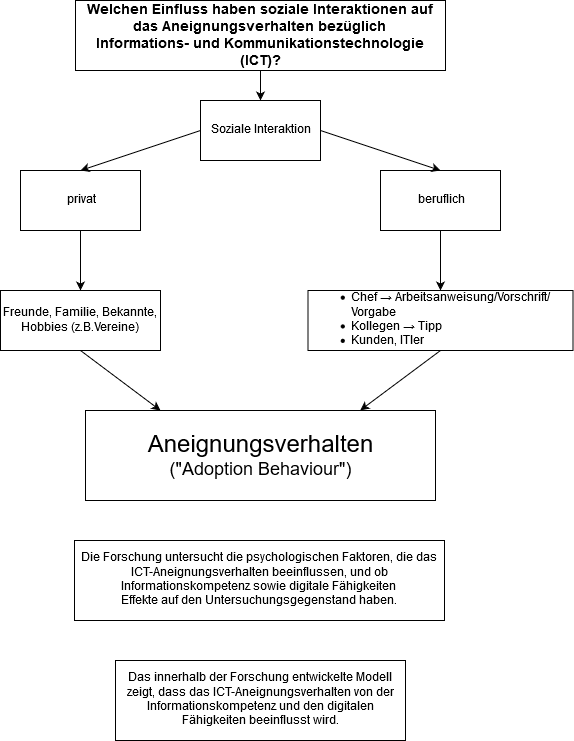
Before: FaktorenraumICT2.png, a diagram exported from draw.io (jfreudenhammer/ICTamArbeitsplatzWS1920). Source tidied: cells renumbered, new cells last; positions are measured from the earlier drawing's top-left corner, leaving out a move shared by most shapes.
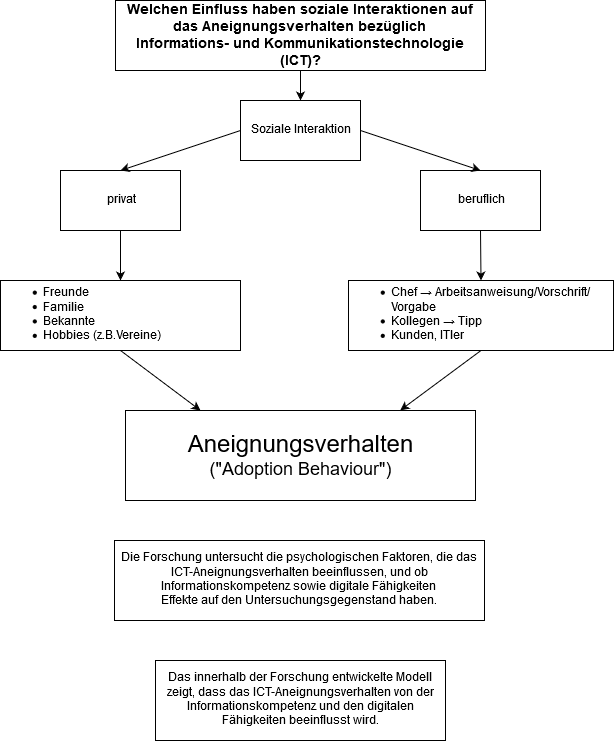
Later version of the same file.

Change to the diagram source:
```diff
@@ -39,15 +39,15 @@
       <mxGeometry relative="1" as="geometry" />
     </mxCell>
     <mxCell id="14" value="&lt;div align=&quot;left&quot;&gt;&lt;ul&gt;&lt;li&gt;Chef&amp;nbsp;&lt;span&gt;→&amp;nbsp;&lt;/span&gt;&lt;span&gt;Arbeitsanweisung/Vorschrift/ Vorgabe&lt;/span&gt;&lt;/li&gt;&lt;li&gt;Kollegen&amp;nbsp;&lt;span&gt;→&amp;nbsp;&lt;/span&gt;&lt;span&gt;Tipp&lt;/span&gt;&lt;/li&gt;&lt;li&gt;Kunden, ITler&lt;/li&gt;&lt;/ul&gt;&lt;/div&gt;" style="whiteSpace=wrap;html=1;align=left;" parent="1" vertex="1">
-      <mxGeometry x="307.5" y="290" width="265" height="60" as="geometry" />
+      <mxGeometry x="308" y="280" width="265" height="70" as="geometry" />
     </mxCell>
     <mxCell id="15" style="edgeStyle=none;rounded=0;jettySize=auto;html=1;exitX=0.5;exitY=1;exitDx=0;exitDy=0;" parent="1" edge="1" source="16">
       <mxGeometry relative="1" as="geometry">
         <mxPoint x="160" y="410" as="targetPoint" />
       </mxGeometry>
     </mxCell>
-    <mxCell id="16" value="Freunde, Familie, Bekannte, Hobbies (z.B.Vereine)" style="whiteSpace=wrap;html=1;" parent="1" vertex="1">
-      <mxGeometry y="290" width="160" height="60" as="geometry" />
+    <mxCell id="16" value="&lt;div align=&quot;left&quot;&gt;&lt;ul&gt;&lt;li&gt;Freunde&lt;br&gt;&lt;/li&gt;&lt;li&gt;Familie&lt;br&gt;&lt;/li&gt;&lt;li&gt;Bekannte&lt;br&gt;&lt;/li&gt;&lt;li&gt;Hobbies (z.B.Vereine)&lt;/li&gt;&lt;/ul&gt;&lt;/div&gt;" style="whiteSpace=wrap;html=1;align=left;" parent="1" vertex="1">
+      <mxGeometry x="-40" y="280" width="240" height="70" as="geometry" />
     </mxCell>
     <mxCell id="17" value="&lt;div&gt;&lt;font style=&quot;font-size: 24px&quot;&gt;Aneignungsverhalten &lt;/font&gt;&lt;br&gt;&lt;/div&gt;&lt;div&gt;&lt;font style=&quot;font-size: 18px&quot;&gt;(&quot;Adoption Behaviour&quot;)&lt;/font&gt;&lt;/div&gt;" style="whiteSpace=wrap;html=1;" parent="1" vertex="1">
       <mxGeometry x="85" y="410" width="350" height="90" as="geometry" />
```
